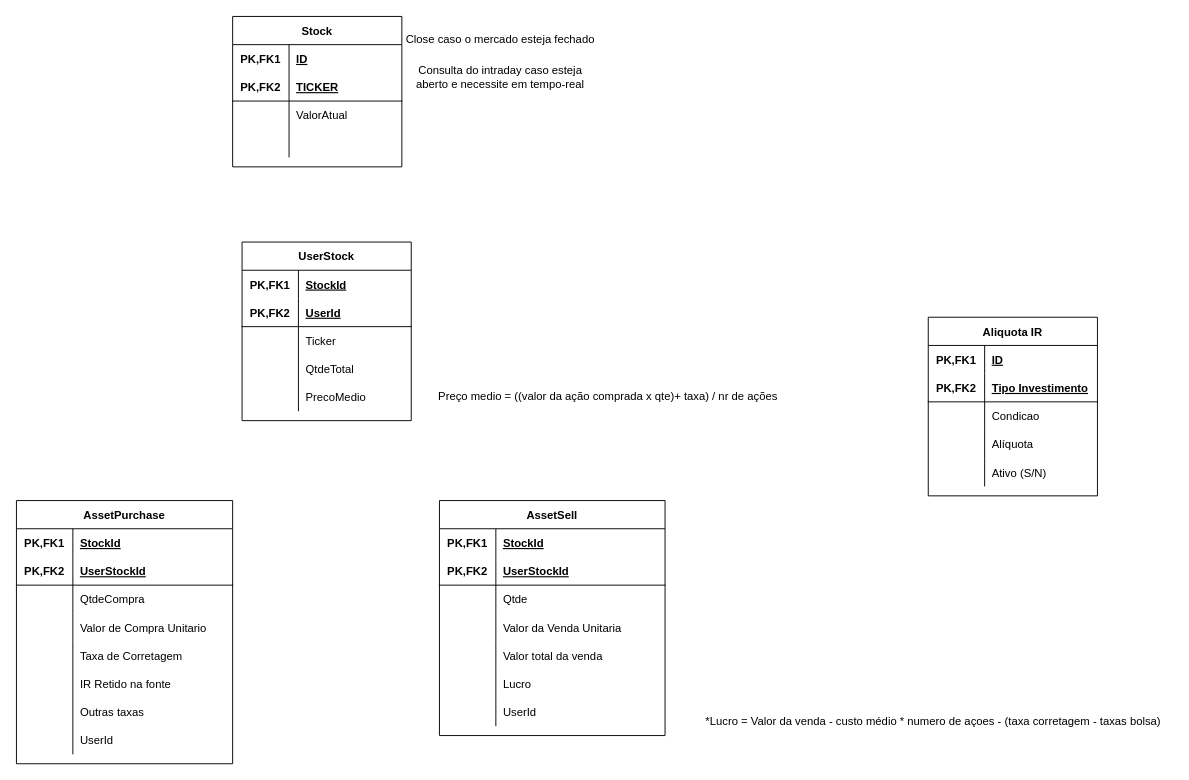
This is page "E-R" (3 of 3) of docs/Diagrams.drawio from juniobiel/FinanceApi, a draw.io file, before an edit. Source tidied: cells renumbered, new cells numbered last; positions are measured from the earlier drawing's top-left corner, leaving out a move shared by most shapes. Both pictures are drawn from the tidied source at 94%, with x=0, y=0 at pixel (16, 16).
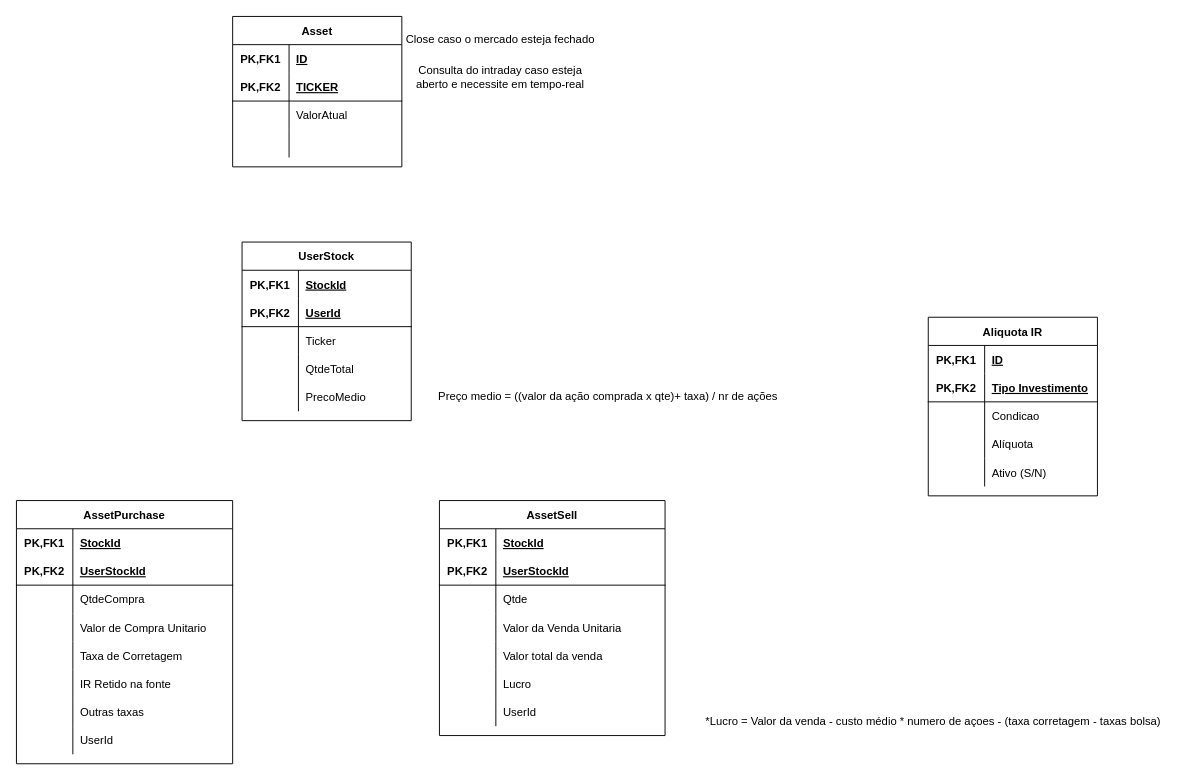
The same diagram, later.

Diff of the diagram source:
```diff
@@
-    <mxCell id="18" value="Stock" style="shape=table;startSize=30;childLayout=tableLayout;rowLines=0;fontStyle=1;align=center;" parent="1" vertex="1">
+    <mxCell id="18" value="Asset" style="shape=table;startSize=30;childLayout=tableLayout;rowLines=0;fontStyle=1;align=center;" parent="1" vertex="1">
       <mxGeometry x="230" width="180" height="160" as="geometry" />
     </mxCell>
```
